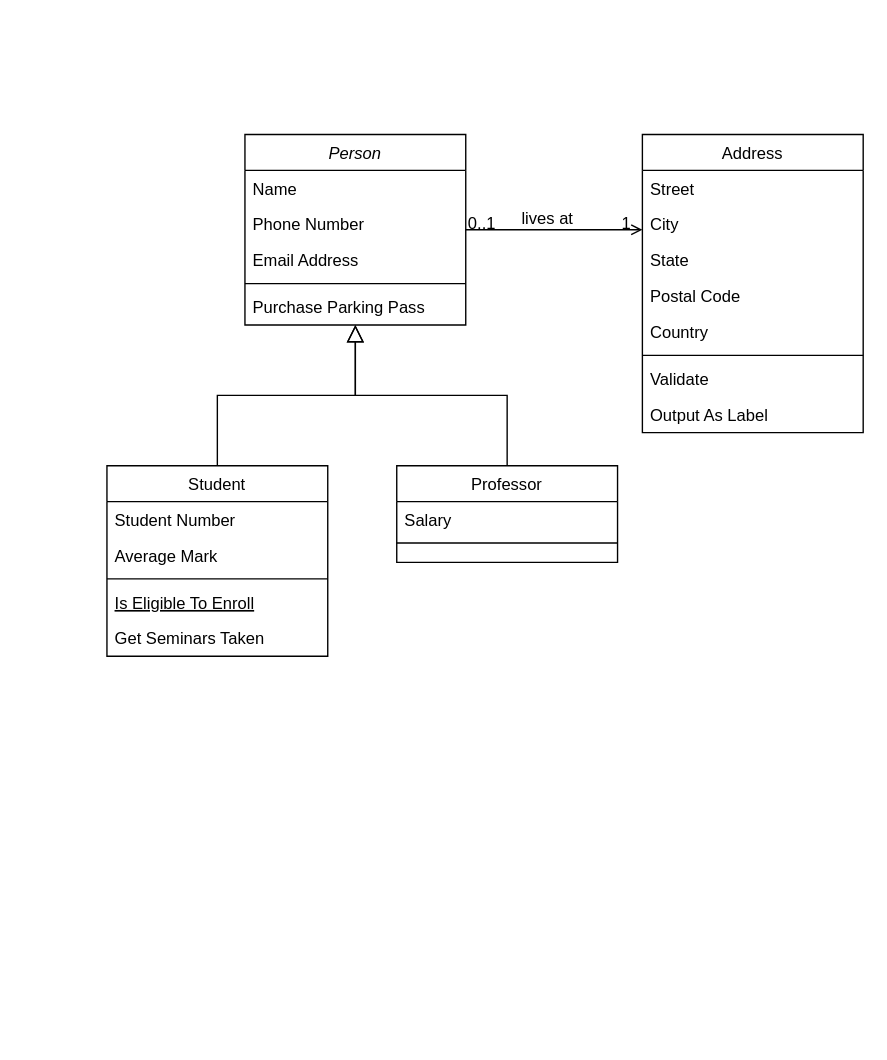
Earlier version of the draw.io diagram 제목 없는 다이어그램.drawio (yj20000/Cplus_project). Source tidied: cells renumbered, new cells numbered last; positions are measured from the earlier drawing's top-left corner, leaving out a move shared by most shapes. Both pictures are drawn from the tidied source at 138%, with x=0, y=0 at pixel (106, 134).
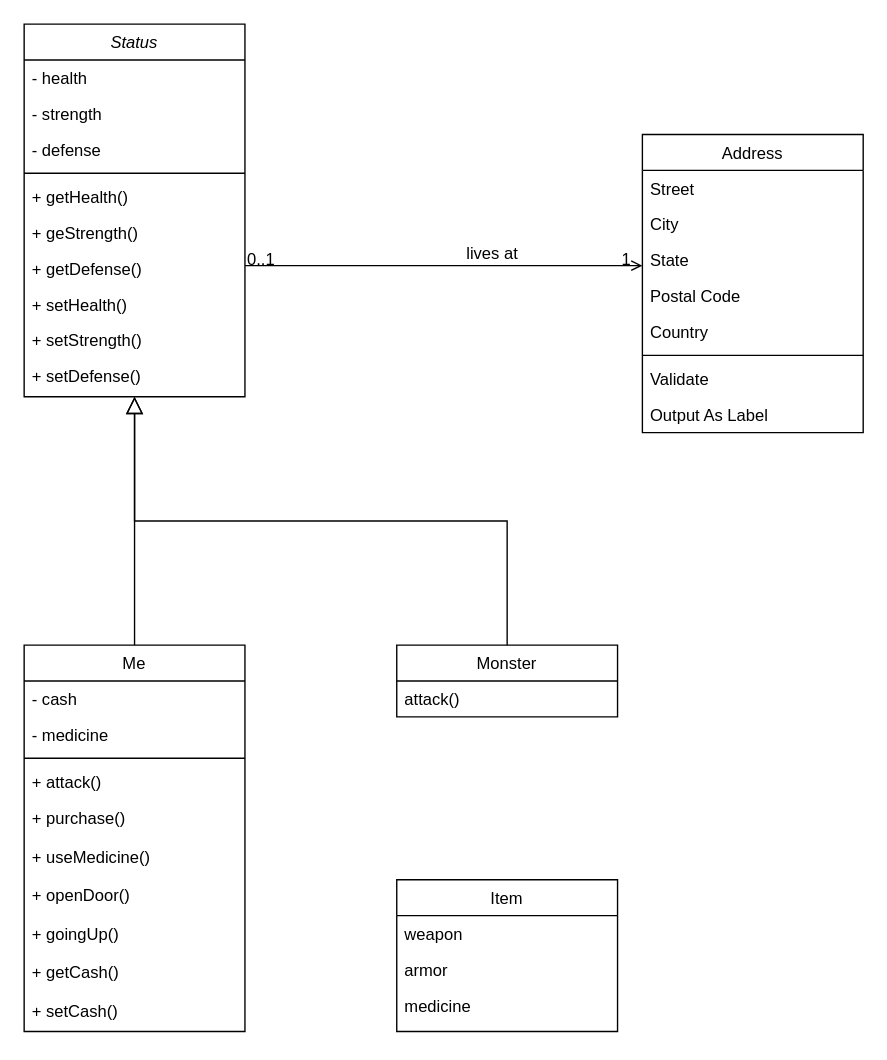
Above is the later version.

The edit, as a diff of the source:
```diff
@@
-    <mxCell id="2" value="Person" style="swimlane;fontStyle=2;align=center;verticalAlign=top;horizontal=1;startSize=26;rounded=0;shadow=0;strokeWidth=1;" parent="1" vertex="1">
-      <mxGeometry x="100" width="160" height="138" as="geometry" />
+    <mxCell id="2" value="Status" style="swimlane;fontStyle=2;align=center;verticalAlign=top;horizontal=1;startSize=26;rounded=0;shadow=0;strokeWidth=1;" parent="1" vertex="1">
+      <mxGeometry x="-60" y="-80" width="160" height="270" as="geometry" />
     </mxCell>
-    <mxCell id="3" value="Name" style="text;align=left;verticalAlign=top;spacingLeft=4;spacingRight=4;overflow=hidden;" parent="2" vertex="1">
+    <mxCell id="3" value="- health" style="text;align=left;verticalAlign=top;spacingLeft=4;spacingRight=4;overflow=hidden;" parent="2" vertex="1">
       <mxGeometry y="26" width="160" height="26" as="geometry" />
     </mxCell>
-    <mxCell id="4" value="Phone Number" style="text;align=left;verticalAlign=top;spacingLeft=4;spacingRight=4;overflow=hidden;rounded=0;shadow=0;html=0;" parent="2" vertex="1">
+    <mxCell id="4" value="- strength" style="text;align=left;verticalAlign=top;spacingLeft=4;spacingRight=4;overflow=hidden;rounded=0;shadow=0;html=0;" parent="2" vertex="1">
       <mxGeometry y="52" width="160" height="26" as="geometry" />
     </mxCell>
-    <mxCell id="5" value="Email Address" style="text;align=left;verticalAlign=top;spacingLeft=4;spacingRight=4;overflow=hidden;rounded=0;shadow=0;html=0;" parent="2" vertex="1">
+    <mxCell id="5" value="- defense" style="text;align=left;verticalAlign=top;spacingLeft=4;spacingRight=4;overflow=hidden;rounded=0;shadow=0;html=0;" parent="2" vertex="1">
       <mxGeometry y="78" width="160" height="26" as="geometry" />
     </mxCell>
@@
-    <mxCell id="7" value="Purchase Parking Pass" style="text;align=left;verticalAlign=top;spacingLeft=4;spacingRight=4;overflow=hidden;" parent="2" vertex="1">
-      <mxGeometry y="112" width="160" height="26" as="geometry" />
-    </mxCell>
+    <mxCell id="32" value="+ getHealth()" style="text;align=left;verticalAlign=top;spacingLeft=4;spacingRight=4;overflow=hidden;rounded=0;shadow=0;html=0;" parent="2" vertex="1">
+      <mxGeometry y="112" width="160" height="26" as="geometry" />
+    </mxCell>
+    <mxCell id="33" value="+ geStrength()" style="text;align=left;verticalAlign=top;spacingLeft=4;spacingRight=4;overflow=hidden;rounded=0;shadow=0;html=0;" parent="2" vertex="1">
+      <mxGeometry y="138" width="160" height="26" as="geometry" />
+    </mxCell>
+    <mxCell id="34" value="+ getDefense()" style="text;align=left;verticalAlign=top;spacingLeft=4;spacingRight=4;overflow=hidden;rounded=0;shadow=0;html=0;" parent="2" vertex="1">
+      <mxGeometry y="164" width="160" height="26" as="geometry" />
+    </mxCell>
+    <mxCell id="35" value="+ setHealth()" style="text;align=left;verticalAlign=top;spacingLeft=4;spacingRight=4;overflow=hidden;rounded=0;shadow=0;html=0;" parent="2" vertex="1">
+      <mxGeometry y="190" width="160" height="26" as="geometry" />
+    </mxCell>
+    <mxCell id="36" value="+ setStrength()" style="text;align=left;verticalAlign=top;spacingLeft=4;spacingRight=4;overflow=hidden;rounded=0;shadow=0;html=0;" parent="2" vertex="1">
+      <mxGeometry y="216" width="160" height="26" as="geometry" />
+    </mxCell>
+    <mxCell id="37" value="+ setDefense()" style="text;align=left;verticalAlign=top;spacingLeft=4;spacingRight=4;overflow=hidden;rounded=0;shadow=0;html=0;" parent="2" vertex="1">
+      <mxGeometry y="242" width="160" height="26" as="geometry" />
+    </mxCell>
-    <mxCell id="8" value="Student" style="swimlane;fontStyle=0;align=center;verticalAlign=top;horizontal=1;startSize=26;rounded=0;shadow=0;strokeWidth=1;" parent="1" vertex="1">
-      <mxGeometry y="240" width="160" height="138" as="geometry" />
+    <mxCell id="8" value="Me" style="swimlane;fontStyle=0;align=center;verticalAlign=top;horizontal=1;startSize=26;rounded=0;shadow=0;strokeWidth=1;" parent="1" vertex="1">
+      <mxGeometry x="-60" y="370" width="160" height="280" as="geometry" />
     </mxCell>
-    <mxCell id="9" value="Student Number" style="text;align=left;verticalAlign=top;spacingLeft=4;spacingRight=4;overflow=hidden;" parent="8" vertex="1">
+    <mxCell id="9" value="- cash" style="text;align=left;verticalAlign=top;spacingLeft=4;spacingRight=4;overflow=hidden;" parent="8" vertex="1">
       <mxGeometry y="26" width="160" height="26" as="geometry" />
     </mxCell>
-    <mxCell id="10" value="Average Mark" style="text;align=left;verticalAlign=top;spacingLeft=4;spacingRight=4;overflow=hidden;rounded=0;shadow=0;html=0;" parent="8" vertex="1">
+    <mxCell id="10" value="- medicine" style="text;align=left;verticalAlign=top;spacingLeft=4;spacingRight=4;overflow=hidden;rounded=0;shadow=0;html=0;" parent="8" vertex="1">
       <mxGeometry y="52" width="160" height="26" as="geometry" />
     </mxCell>
@@
-    <mxCell id="12" value="Is Eligible To Enroll" style="text;align=left;verticalAlign=top;spacingLeft=4;spacingRight=4;overflow=hidden;fontStyle=4;" parent="8" vertex="1">
+    <mxCell id="12" value="+ attack()" style="text;align=left;verticalAlign=top;spacingLeft=4;spacingRight=4;overflow=hidden;fontStyle=0;" parent="8" vertex="1">
       <mxGeometry y="86" width="160" height="26" as="geometry" />
     </mxCell>
-    <mxCell id="13" value="Get Seminars Taken" style="text;align=left;verticalAlign=top;spacingLeft=4;spacingRight=4;overflow=hidden;" parent="8" vertex="1">
-      <mxGeometry y="112" width="160" height="26" as="geometry" />
+    <mxCell id="13" value="+ purchase()" style="text;align=left;verticalAlign=top;spacingLeft=4;spacingRight=4;overflow=hidden;" parent="8" vertex="1">
+      <mxGeometry y="112" width="160" height="28" as="geometry" />
     </mxCell>
+    <mxCell id="38" value="+ useMedicine()" style="text;align=left;verticalAlign=top;spacingLeft=4;spacingRight=4;overflow=hidden;" parent="8" vertex="1">
+      <mxGeometry y="140" width="160" height="28" as="geometry" />
+    </mxCell>
+    <mxCell id="39" value="+ openDoor()" style="text;align=left;verticalAlign=top;spacingLeft=4;spacingRight=4;overflow=hidden;" parent="8" vertex="1">
+      <mxGeometry y="168" width="160" height="28" as="geometry" />
+    </mxCell>
+    <mxCell id="40" value="+ goingUp()" style="text;align=left;verticalAlign=top;spacingLeft=4;spacingRight=4;overflow=hidden;" parent="8" vertex="1">
+      <mxGeometry y="196" width="160" height="28" as="geometry" />
+    </mxCell>
+    <mxCell id="41" value="+ getCash()" style="text;align=left;verticalAlign=top;spacingLeft=4;spacingRight=4;overflow=hidden;" parent="8" vertex="1">
+      <mxGeometry y="224" width="160" height="28" as="geometry" />
+    </mxCell>
+    <mxCell id="42" value="+ setCash()" style="text;align=left;verticalAlign=top;spacingLeft=4;spacingRight=4;overflow=hidden;" parent="8" vertex="1">
+      <mxGeometry y="252" width="160" height="28" as="geometry" />
+    </mxCell>
-    <mxCell id="14" style="endArrow=block;endSize=10;endFill=0;shadow=0;strokeWidth=1;rounded=0;curved=0;edgeStyle=elbowEdgeStyle;elbow=vertical;" parent="1" edge="1" source="8" target="2">
-      <mxGeometry relative="1" as="geometry" />
+    <mxCell id="14" style="endArrow=block;endSize=10;endFill=0;shadow=0;strokeWidth=1;rounded=0;curved=0;edgeStyle=elbowEdgeStyle;elbow=vertical;" parent="1" edge="1" source="8">
+      <mxGeometry relative="1" as="geometry">
+        <mxPoint x="20" y="190" as="targetPoint" />
+      </mxGeometry>
     </mxCell>
-    <mxCell id="15" value="Professor" style="swimlane;fontStyle=0;align=center;verticalAlign=top;horizontal=1;startSize=26;rounded=0;shadow=0;strokeWidth=1;" parent="1" vertex="1">
-      <mxGeometry x="210" y="240" width="160" height="70" as="geometry" />
+    <mxCell id="15" value="Monster" style="swimlane;fontStyle=0;align=center;verticalAlign=top;horizontal=1;startSize=26;rounded=0;shadow=0;strokeWidth=1;" parent="1" vertex="1">
+      <mxGeometry x="210" y="370" width="160" height="52" as="geometry" />
     </mxCell>
-    <mxCell id="16" value="Salary" style="text;align=left;verticalAlign=top;spacingLeft=4;spacingRight=4;overflow=hidden;" parent="15" vertex="1">
+    <mxCell id="16" value="attack()" style="text;align=left;verticalAlign=top;spacingLeft=4;spacingRight=4;overflow=hidden;" parent="15" vertex="1">
       <mxGeometry y="26" width="160" height="26" as="geometry" />
     </mxCell>
-    <mxCell id="17" style="line;html=1;strokeWidth=1;align=left;verticalAlign=middle;spacingTop=-1;spacingLeft=3;spacingRight=3;labelPosition=right;" parent="15" vertex="1">
-      <mxGeometry y="52" width="160" height="8" as="geometry" />
-    </mxCell>
-    <mxCell id="18" style="endArrow=block;endSize=10;endFill=0;shadow=0;strokeWidth=1;rounded=0;curved=0;edgeStyle=elbowEdgeStyle;elbow=vertical;" parent="1" edge="1" source="15" target="2">
-      <mxGeometry relative="1" as="geometry" />
+    <mxCell id="18" style="endArrow=block;endSize=10;endFill=0;shadow=0;strokeWidth=1;rounded=0;curved=0;edgeStyle=elbowEdgeStyle;elbow=vertical;" parent="1" edge="1" source="15">
+      <mxGeometry relative="1" as="geometry">
+        <mxPoint x="20" y="190" as="targetPoint" />
+      </mxGeometry>
     </mxCell>
@@
+    <mxCell id="43" value="Item" style="swimlane;fontStyle=0;align=center;verticalAlign=top;horizontal=1;startSize=26;rounded=0;shadow=0;strokeWidth=1;" parent="1" vertex="1">
+      <mxGeometry x="210" y="540" width="160" height="110" as="geometry" />
+    </mxCell>
+    <mxCell id="44" value="weapon" style="text;align=left;verticalAlign=top;spacingLeft=4;spacingRight=4;overflow=hidden;" parent="43" vertex="1">
+      <mxGeometry y="26" width="160" height="26" as="geometry" />
+    </mxCell>
+    <mxCell id="45" value="armor" style="text;align=left;verticalAlign=top;spacingLeft=4;spacingRight=4;overflow=hidden;" parent="43" vertex="1">
+      <mxGeometry y="52" width="160" height="26" as="geometry" />
+    </mxCell>
+    <mxCell id="46" value="medicine" style="text;align=left;verticalAlign=top;spacingLeft=4;spacingRight=4;overflow=hidden;" parent="43" vertex="1">
+      <mxGeometry y="78" width="160" height="26" as="geometry" />
+    </mxCell>
```
